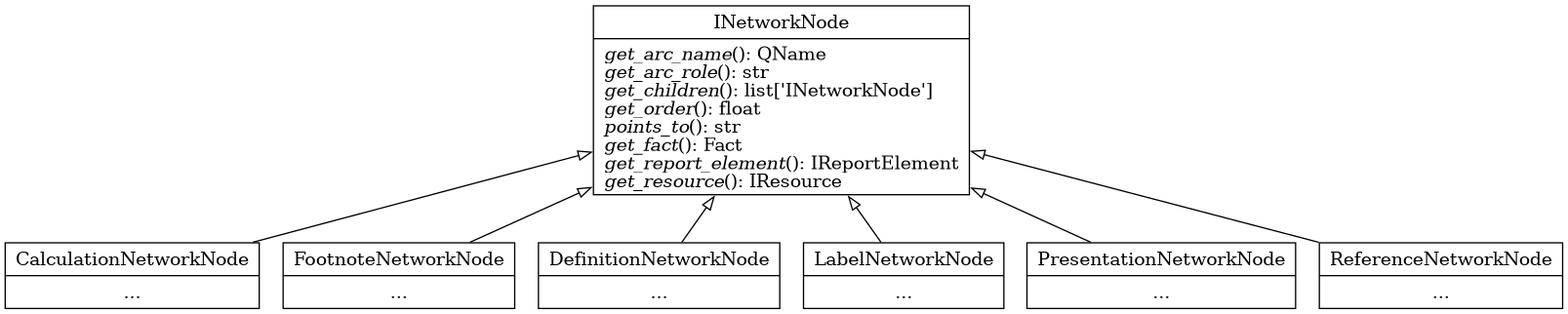
This is docs/thesis_latex/images/brel_network_node_classes.png from BrelLibrary/brel, a Graphviz export, as it was before one commit. Its source is kept beside it as docs/thesis_latex/images/brel_network_node_classes.dot.
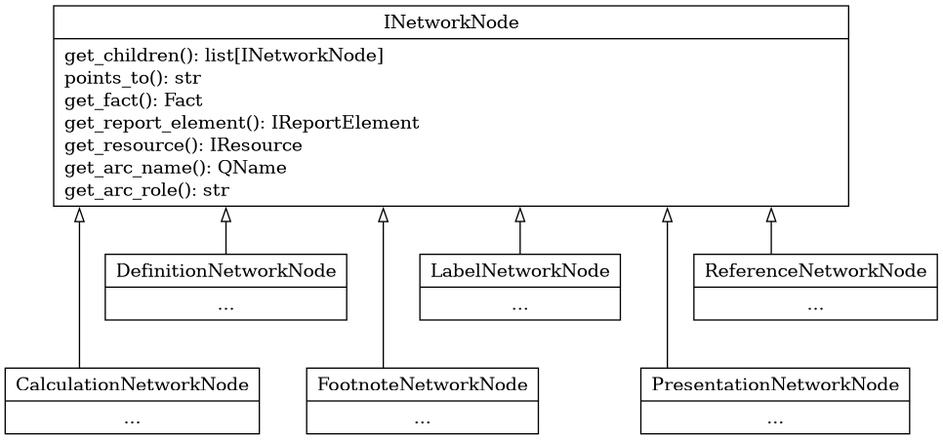
The same diagram one commit later.

Diff of the diagram source:
```diff
@@ -1,19 +1,19 @@
 digraph "classes_brel_networks" {
 rankdir=BT
 charset="utf-8"
+splines="ortho"
 
 "brel.networks.i_network_node.INetworkNode" [color="black", fontcolor="black", label=<{
 INetworkNode
 |
-<I>get_arc_name</I>(): QName<br ALIGN="LEFT"/>
-<I>get_arc_role</I>(): str<br ALIGN="LEFT"/>
-<I>get_children</I>(): list['INetworkNode']<br ALIGN="LEFT"/>
-<I>get_order</I>(): float<br ALIGN="LEFT"/>
-
-<I>points_to</I>(): str<br ALIGN="LEFT"/>
-<I>get_fact</I>(): Fact<br ALIGN="LEFT"/>
-<I>get_report_element</I>(): IReportElement<br ALIGN="LEFT"/>
-<I>get_resource</I>(): IResource<br ALIGN="LEFT"/>
+get_children(): list[INetworkNode]<br ALIGN="LEFT"/>
+points_to(): str<br ALIGN="LEFT"/>
+get_fact(): Fact<br ALIGN="LEFT"/>
+get_report_element(): IReportElement<br ALIGN="LEFT"/>
+get_resource(): IResource<br ALIGN="LEFT"/>
+get_arc_name(): QName<br ALIGN="LEFT"/>
+get_arc_role(): str
+<br ALIGN="LEFT"/>
 }>, shape="record", style="solid"];
 
 "brel.networks.calculation_network_node.CalculationNetworkNode" [color="black", fontcolor="black", label=<{CalculationNetworkNode|...}>, shape="record", style="solid"];
@@ -29,4 +29,8 @@
 "brel.networks.label_network_node.LabelNetworkNode" -> "brel.networks.i_network_node.INetworkNode" [arrowhead="empty", arrowtail="none"];
 "brel.networks.presentation_network_node.PresentationNetworkNode" -> "brel.networks.i_network_node.INetworkNode" [arrowhead="empty", arrowtail="none"];
 "brel.networks.reference_network_node.ReferenceNetworkNode" -> "brel.networks.i_network_node.INetworkNode" [arrowhead="empty", arrowtail="none"];
+
+"brel.networks.calculation_network_node.CalculationNetworkNode" -> "brel.networks.definition_network_node.DefinitionNetworkNode" [style="invis"];
+"brel.networks.footnote_network_node.FootnoteNetworkNode" -> "brel.networks.label_network_node.LabelNetworkNode" [style="invis"];
+"brel.networks.presentation_network_node.PresentationNetworkNode" -> "brel.networks.reference_network_node.ReferenceNetworkNode" [style="invis"];
 }
```
